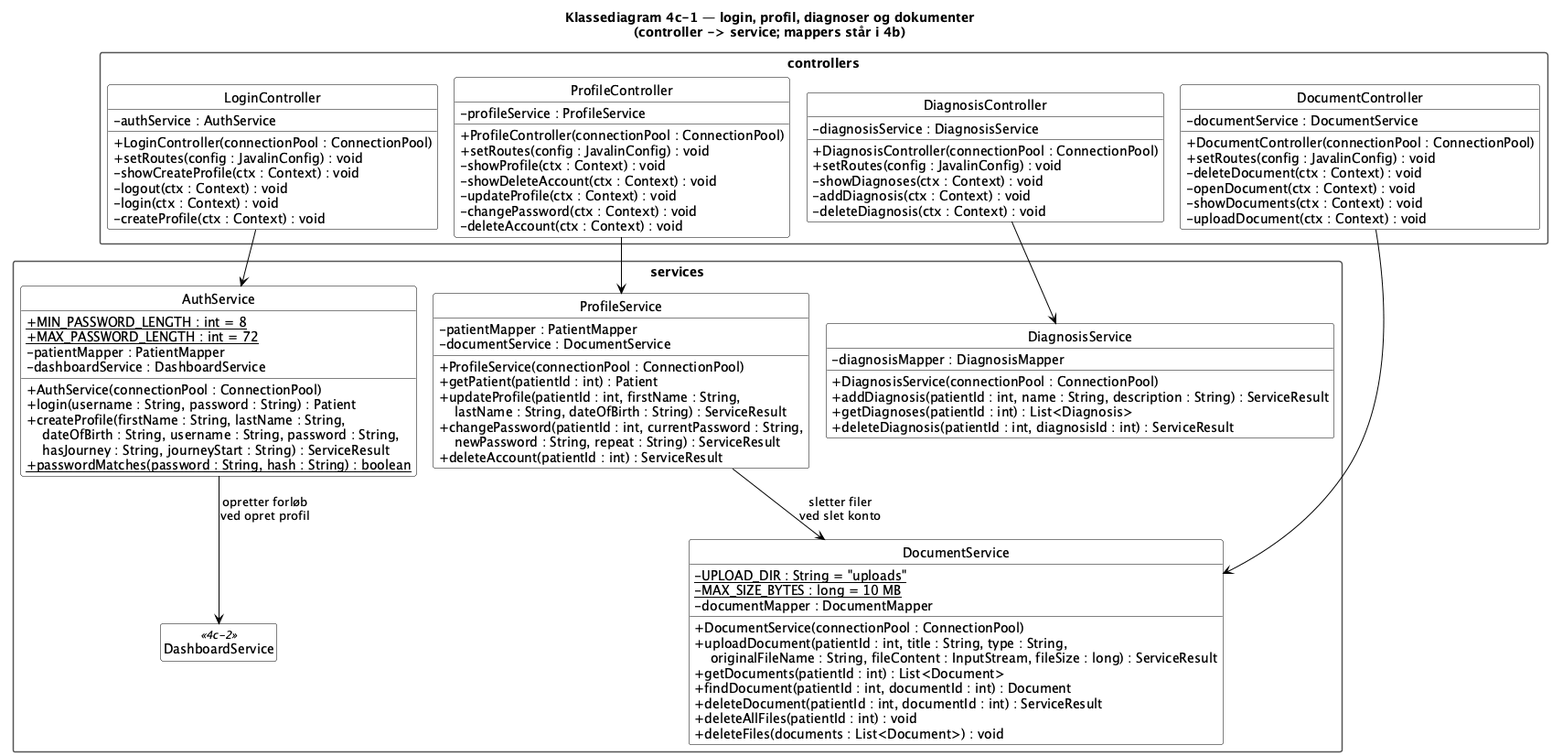
Above: doc/static/Klassediagram4c-1-login-profil.png in BesimaP/Simpl-PET-project (PlantUML), before the change. Its diagram source:
```plantuml
@startuml
!pragma layout smetana

skinparam shadowing false
skinparam classAttributeIconSize 0
skinparam classBackgroundColor white
skinparam classBorderColor black
skinparam classHeaderBackgroundColor white
skinparam packageBackgroundColor white
skinparam packageBorderColor #555555
skinparam packageStyle rectangle
skinparam noteBackgroundColor white
skinparam noteBorderColor #555555
skinparam ArrowColor black
skinparam enumBackgroundColor white
skinparam enumBorderColor black
hide circle

title Klassediagram 4c-1 — login, profil, diagnoser og dokumenter\n(controller -> service; mappers står i 4b)

hide <<4c-2>> members

package "controllers" {
  class LoginController {
    - authService : AuthService
    + LoginController(connectionPool : ConnectionPool)
    + setRoutes(config : JavalinConfig) : void
    - showCreateProfile(ctx : Context) : void
    - logout(ctx : Context) : void
    - login(ctx : Context) : void
    - createProfile(ctx : Context) : void
  }

  class ProfileController {
    - profileService : ProfileService
    + ProfileController(connectionPool : ConnectionPool)
    + setRoutes(config : JavalinConfig) : void
    - showProfile(ctx : Context) : void
    - showDeleteAccount(ctx : Context) : void
    - updateProfile(ctx : Context) : void
    - changePassword(ctx : Context) : void
    - deleteAccount(ctx : Context) : void
  }

  class DiagnosisController {
    - diagnosisService : DiagnosisService
    + DiagnosisController(connectionPool : ConnectionPool)
    + setRoutes(config : JavalinConfig) : void
    - showDiagnoses(ctx : Context) : void
    - addDiagnosis(ctx : Context) : void
    - deleteDiagnosis(ctx : Context) : void
  }

  class DocumentController {
    - documentService : DocumentService
    + DocumentController(connectionPool : ConnectionPool)
    + setRoutes(config : JavalinConfig) : void
    - deleteDocument(ctx : Context) : void
    - openDocument(ctx : Context) : void
    - showDocuments(ctx : Context) : void
    - uploadDocument(ctx : Context) : void
  }
}

package "services" {
  class AuthService {
    + {static} MIN_PASSWORD_LENGTH : int = 8
    + {static} MAX_PASSWORD_LENGTH : int = 72
    - patientMapper : PatientMapper
    - dashboardService : DashboardService
    + AuthService(connectionPool : ConnectionPool)
    + login(username : String, password : String) : Patient
    + createProfile(firstName : String, lastName : String,\n    dateOfBirth : String, username : String, password : String,\n    hasJourney : String, journeyStart : String) : ServiceResult
    + {static} passwordMatches(password : String, hash : String) : boolean
  }

  class ProfileService {
    - patientMapper : PatientMapper
    - documentService : DocumentService
    + ProfileService(connectionPool : ConnectionPool)
    + getPatient(patientId : int) : Patient
    + updateProfile(patientId : int, firstName : String,\n    lastName : String, dateOfBirth : String) : ServiceResult
    + changePassword(patientId : int, currentPassword : String,\n    newPassword : String, repeat : String) : ServiceResult
    + deleteAccount(patientId : int) : ServiceResult
  }

  class DiagnosisService {
    - diagnosisMapper : DiagnosisMapper
    + DiagnosisService(connectionPool : ConnectionPool)
    + addDiagnosis(patientId : int, name : String, description : String) : ServiceResult
    + getDiagnoses(patientId : int) : List<Diagnosis>
    + deleteDiagnosis(patientId : int, diagnosisId : int) : ServiceResult
  }

  class DocumentService {
    - {static} UPLOAD_DIR : String = "uploads"
    - {static} MAX_SIZE_BYTES : long = 10 MB
    - documentMapper : DocumentMapper
    + DocumentService(connectionPool : ConnectionPool)
    + uploadDocument(patientId : int, title : String, type : String,\n    originalFileName : String, fileContent : InputStream, fileSize : long) : ServiceResult
    + getDocuments(patientId : int) : List<Document>
    + findDocument(patientId : int, documentId : int) : Document
    + deleteDocument(patientId : int, documentId : int) : ServiceResult
    + deleteAllFiles(patientId : int) : void
    + deleteFiles(documents : List<Document>) : void
  }

  class DashboardService <<4c-2>>
}

LoginController --> AuthService
ProfileController --> ProfileService
DiagnosisController --> DiagnosisService
DocumentController --> DocumentService

AuthService --> DashboardService : opretter forløb\nved opret profil
ProfileService --> DocumentService : sletter filer\nved slet konto


@enduml
```
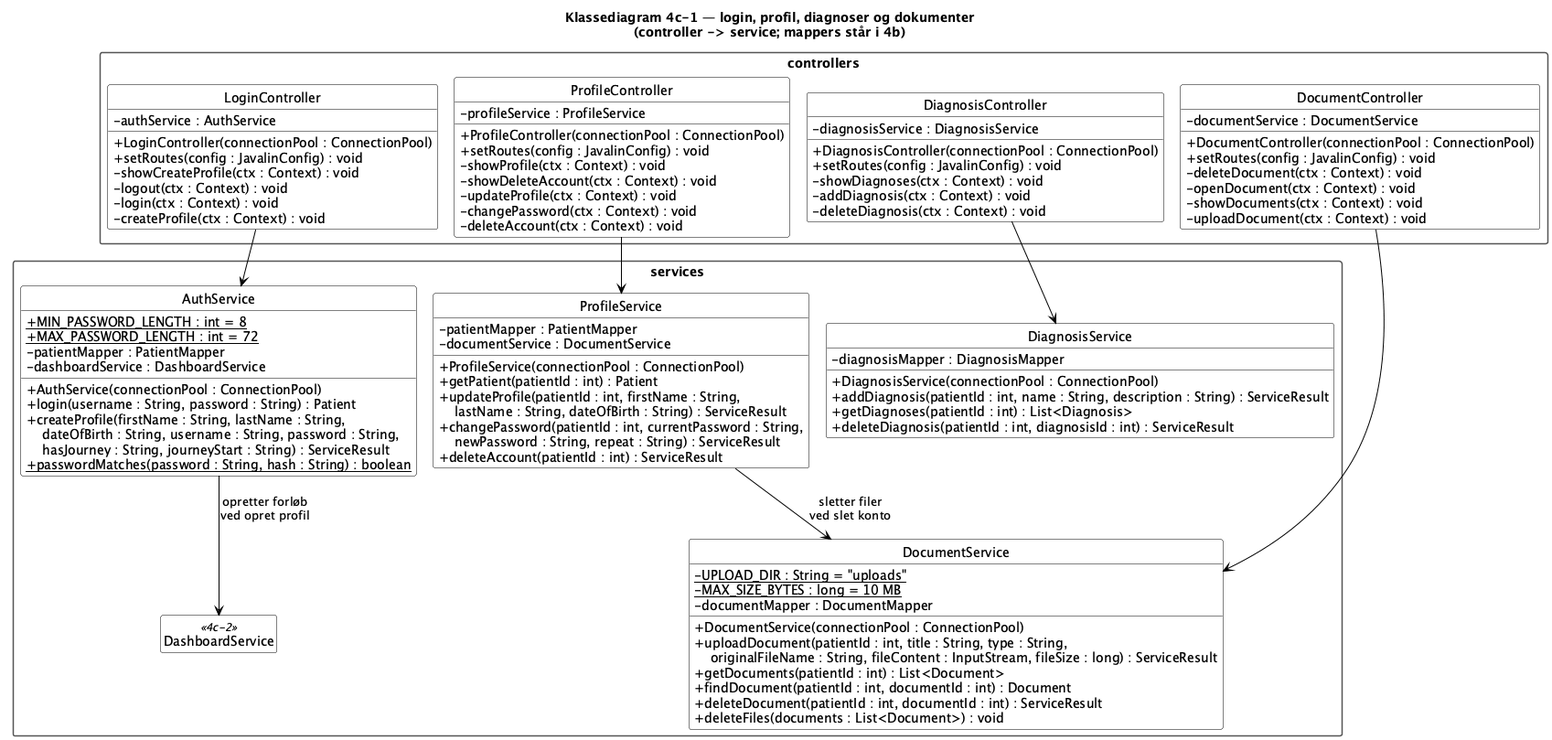
The same file after the commit.

Change to the diagram source:
```diff
@@ -101,7 +101,6 @@
     + getDocuments(patientId : int) : List<Document>
     + findDocument(patientId : int, documentId : int) : Document
     + deleteDocument(patientId : int, documentId : int) : ServiceResult
-    + deleteAllFiles(patientId : int) : void
     + deleteFiles(documents : List<Document>) : void
   }
 
```
